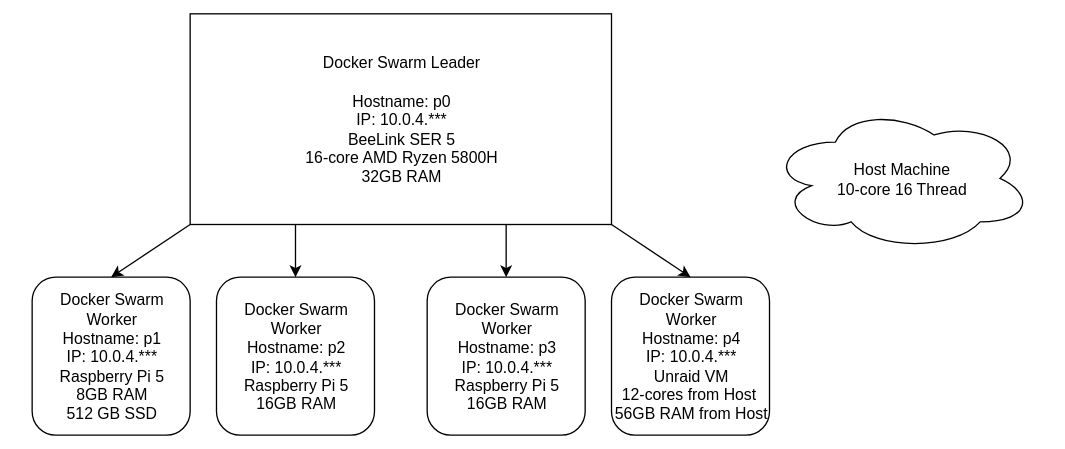
ghost062591/frostlabs-site keeps this draw.io diagram as Infrastructure Diagram.svg. Above is the earlier version. Source tidied: cells renumbered, new cells last; positions are measured from the earlier drawing's top-left corner, leaving out a move shared by most shapes.
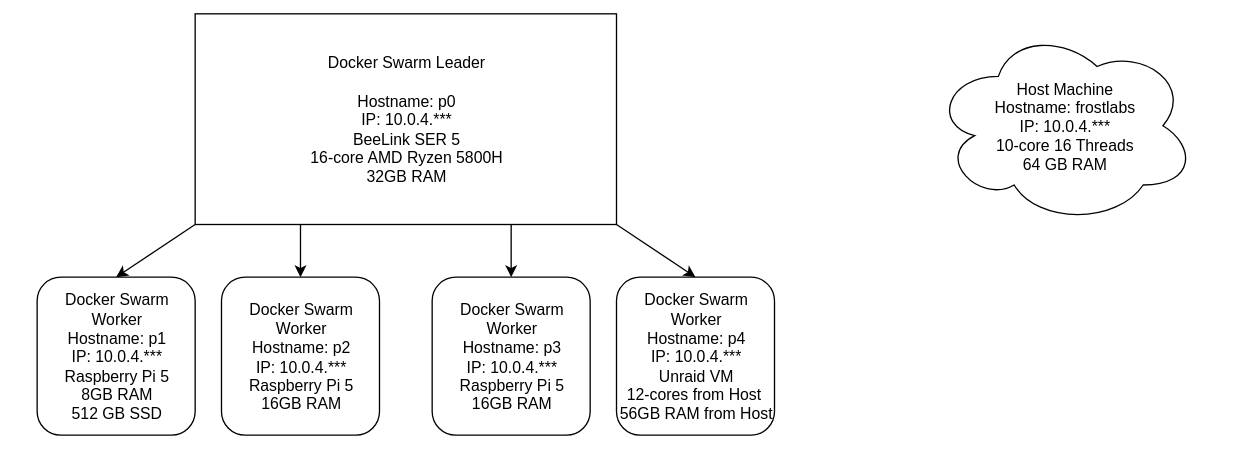
Above is the later version.

Commit message:
DESKTOP-61VDD0K 2025-10-17:9:4:47

Change to the diagram source:
```diff
@@ -29,8 +29,8 @@
     <mxCell id="10" value="Docker Swarm Worker&lt;br&gt;Hostname: p4&lt;br&gt;IP: 10.0.4.***&lt;br&gt;Unraid VM&lt;br&gt;12-cores from Host&amp;nbsp;&lt;br&gt;56GB RAM from Host" style="rounded=1;whiteSpace=wrap;html=1;" parent="1" vertex="1">
       <mxGeometry x="440" y="200" width="120" height="120" as="geometry" />
     </mxCell>
-    <mxCell id="11" value="Host Machine&lt;br&gt;10-core 16 Thread" style="ellipse;shape=cloud;whiteSpace=wrap;html=1;" parent="1" vertex="1">
-      <mxGeometry x="560" y="70" width="200" height="110" as="geometry" />
+    <mxCell id="11" value="Host Machine&lt;br&gt;Hostname: frostlabs&lt;br&gt;IP: 10.0.4.***&lt;br&gt;10-core 16 Threads&lt;br&gt;64 GB RAM" style="ellipse;shape=cloud;whiteSpace=wrap;html=1;" parent="1" vertex="1">
+      <mxGeometry x="680" y="10" width="200" height="150" as="geometry" />
     </mxCell>
   </root>
 </mxGraphModel>
```
